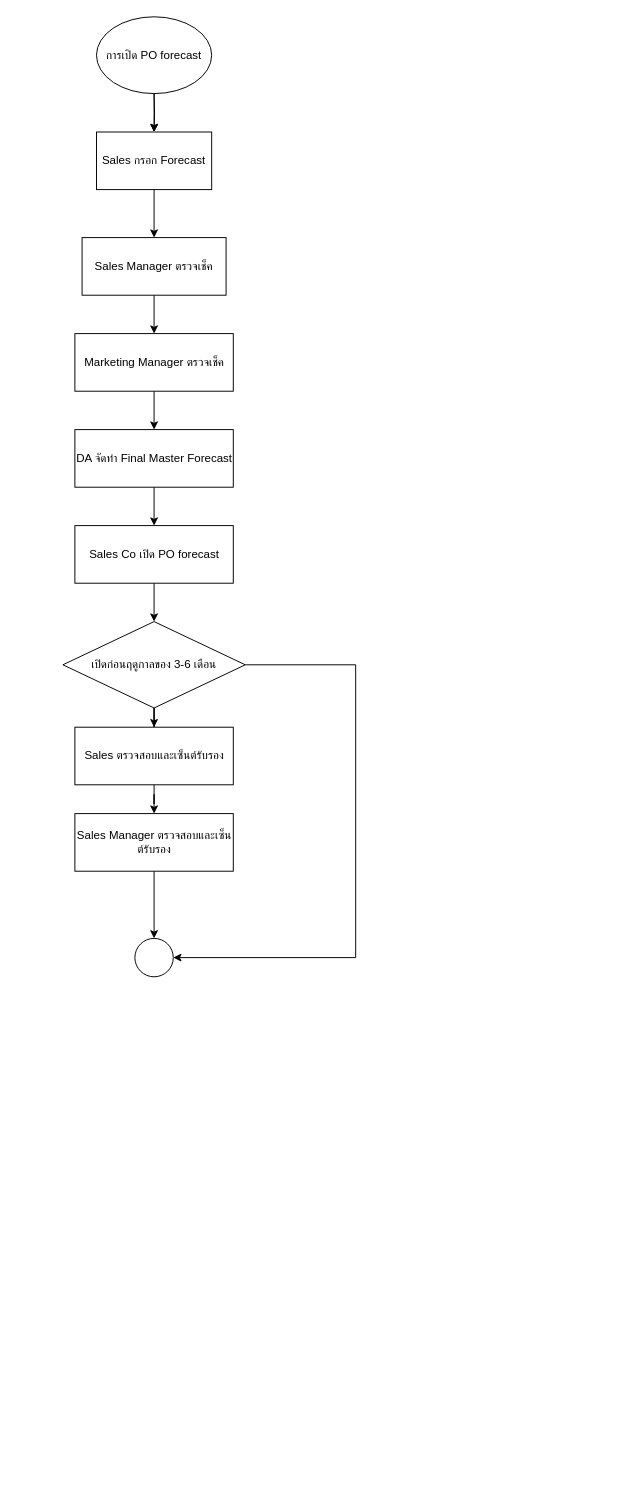
Before: Untitled Diagram.drawio in KitakanWiset/skills-introduction-to-github, a draw.io diagram. Source tidied: cells renumbered, new cells numbered last; positions are measured from the earlier drawing's top-left corner, leaving out a move shared by most shapes. Both pictures are drawn from the tidied source at 96%, with x=0, y=0 at pixel (62, 16).
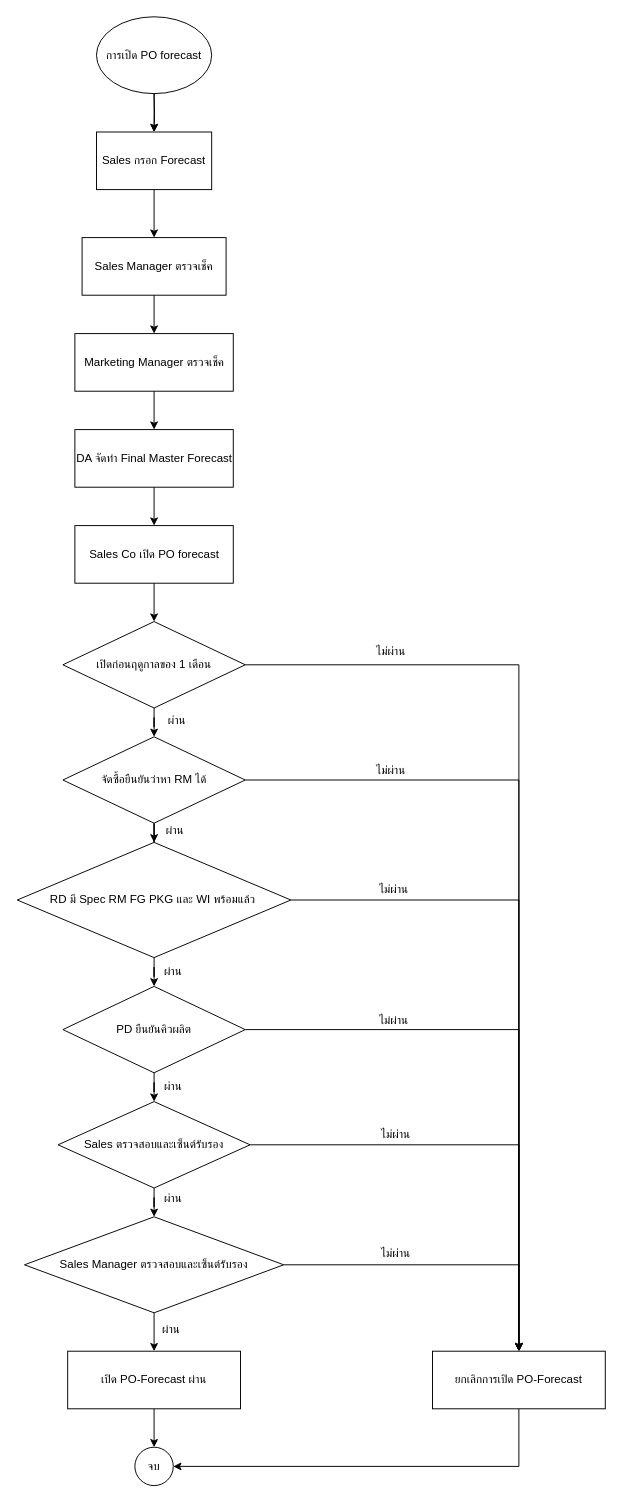
After the change.

Commit message:
Flow การเปิด PO-Forecast.drawio

The change refers to these unchanged cells:
```xml
<mxCell id="4" value="Sales กรอก Forecast" style="rounded=0;whiteSpace=wrap;html=1;" parent="1" vertex="1">
  <mxGeometry x="35" y="120" width="120" height="60" as="geometry" />
</mxCell>
<mxCell id="6" value="Sales Manager ตรวจเช็ค" style="rounded=0;whiteSpace=wrap;html=1;" parent="1" vertex="1">
  <mxGeometry x="20" y="230" width="150" height="60" as="geometry" />
</mxCell>
<mxCell id="8" value="Marketing Manager ตรวจเช็ค" style="rounded=0;whiteSpace=wrap;html=1;" parent="1" vertex="1">
  <mxGeometry x="12.5" y="330" width="165" height="60" as="geometry" />
</mxCell>
<mxCell id="10" value="DA จัดทำ Final Master Forecast" style="rounded=0;whiteSpace=wrap;html=1;" parent="1" vertex="1">
  <mxGeometry x="12.5" y="430" width="165" height="60" as="geometry" />
</mxCell>
<mxCell id="12" value="Sales Co เปิด PO forecast" style="rounded=0;whiteSpace=wrap;html=1;" parent="1" vertex="1">
  <mxGeometry x="12.5" y="530" width="165" height="60" as="geometry" />
</mxCell>
<mxCell id="17" value="การเปิด PO forecast" style="ellipse;whiteSpace=wrap;html=1;" parent="1" vertex="1">
  <mxGeometry x="35" width="120" height="80" as="geometry" />
</mxCell>
```

Change to the diagram source:
```diff
@@
-    <mxCell id="3" style="edgeStyle=orthogonalEdgeStyle;rounded=0;jettySize=auto;html=1;" parent="1" edge="1" source="4" target="6">
+    <mxCell id="3" style="edgeStyle=orthogonalEdgeStyle;rounded=0;jettySize=auto;html=1;strokeColor=light-dark(#000000,#000000);" parent="1" edge="1" source="4" target="6">
       <mxGeometry relative="1" as="geometry" />
     </mxCell>
@@
-    <mxCell id="7" style="edgeStyle=orthogonalEdgeStyle;rounded=0;jettySize=auto;html=1;" parent="1" edge="1" source="8" target="10">
+    <mxCell id="7" style="edgeStyle=orthogonalEdgeStyle;rounded=0;jettySize=auto;html=1;strokeColor=light-dark(#000000,#000000);" parent="1" edge="1" source="8" target="10">
       <mxGeometry relative="1" as="geometry" />
     </mxCell>
@@
-    <mxCell id="9" style="edgeStyle=orthogonalEdgeStyle;rounded=0;jettySize=auto;html=1;" parent="1" edge="1" source="10" target="12">
+    <mxCell id="9" style="edgeStyle=orthogonalEdgeStyle;rounded=0;jettySize=auto;html=1;strokeColor=light-dark(#000000,#000000);" parent="1" edge="1" source="10" target="12">
       <mxGeometry relative="1" as="geometry" />
     </mxCell>
@@
-    <mxCell id="13" style="edgeStyle=orthogonalEdgeStyle;rounded=0;jettySize=auto;html=1;entryX=1;entryY=0.5;entryDx=0;entryDy=0;" parent="1" edge="1" source="15" target="18">
-      <mxGeometry relative="1" as="geometry">
-        <Array as="points">
-          <mxPoint x="305" y="675" />
-          <mxPoint x="305" y="980" />
-        </Array>
-      </mxGeometry>
-    </mxCell>
-    <mxCell id="14" style="edgeStyle=orthogonalEdgeStyle;rounded=0;jettySize=auto;html=1;" parent="1" edge="1" source="15" target="20">
-      <mxGeometry relative="1" as="geometry" />
-    </mxCell>
+    <mxCell id="23" style="edgeStyle=orthogonalEdgeStyle;rounded=0;jettySize=auto;html=1;" parent="1" edge="1" source="15" target="27">
+      <mxGeometry relative="1" as="geometry" />
+    </mxCell>
+    <mxCell id="24" style="edgeStyle=orthogonalEdgeStyle;rounded=0;jettySize=auto;html=1;entryX=0.5;entryY=0;entryDx=0;entryDy=0;strokeColor=light-dark(#000000,#000000);" parent="1" edge="1" source="15" target="35">
+      <mxGeometry relative="1" as="geometry" />
+    </mxCell>
-    <mxCell id="15" value="เปิดก่อนฤดูกาลของ 3-6 เดือน" style="rhombus;whiteSpace=wrap;html=1;" parent="1" vertex="1">
+    <mxCell id="15" value="เปิดก่อนฤดูกาลของ 1 เดือน" style="rhombus;whiteSpace=wrap;html=1;" parent="1" vertex="1">
       <mxGeometry y="630" width="190" height="90" as="geometry" />
     </mxCell>
-    <mxCell id="16" style="edgeStyle=orthogonalEdgeStyle;rounded=0;jettySize=auto;html=1;" parent="1" edge="1" source="17" target="4">
+    <mxCell id="16" style="edgeStyle=orthogonalEdgeStyle;rounded=0;jettySize=auto;html=1;strokeColor=light-dark(#000000,#000000);" parent="1" edge="1" source="17" target="4">
       <mxGeometry relative="1" as="geometry" />
     </mxCell>
@@
-    <mxCell id="18" style="ellipse;whiteSpace=wrap;html=1;" parent="1" vertex="1">
-      <mxGeometry x="75" y="960" width="40" height="40" as="geometry" />
+    <mxCell id="18" value="จบ" style="ellipse;whiteSpace=wrap;html=1;" parent="1" vertex="1">
+      <mxGeometry x="75" y="1490" width="40" height="40" as="geometry" />
     </mxCell>
+    <mxCell id="25" style="edgeStyle=orthogonalEdgeStyle;rounded=0;jettySize=auto;html=1;" parent="1" edge="1" source="27" target="30">
+      <mxGeometry relative="1" as="geometry" />
+    </mxCell>
+    <mxCell id="26" style="edgeStyle=orthogonalEdgeStyle;rounded=0;jettySize=auto;html=1;entryX=0.5;entryY=0;entryDx=0;entryDy=0;strokeColor=light-dark(#000000,#000000);" parent="1" edge="1" source="27" target="35">
+      <mxGeometry relative="1" as="geometry" />
+    </mxCell>
+    <mxCell id="27" value="จัดซื้อยืนยันว่าหา RM ได้" style="rhombus;whiteSpace=wrap;html=1;" parent="1" vertex="1">
+      <mxGeometry y="750" width="190" height="90" as="geometry" />
+    </mxCell>
+    <mxCell id="28" style="edgeStyle=orthogonalEdgeStyle;rounded=0;jettySize=auto;html=1;" parent="1" edge="1" source="30" target="33">
+      <mxGeometry relative="1" as="geometry" />
+    </mxCell>
+    <mxCell id="29" style="edgeStyle=orthogonalEdgeStyle;rounded=0;jettySize=auto;html=1;entryX=0.5;entryY=0;entryDx=0;entryDy=0;strokeColor=light-dark(#000000,#000000);" parent="1" edge="1" source="30" target="35">
+      <mxGeometry relative="1" as="geometry" />
+    </mxCell>
+    <mxCell id="30" value="RD มี Spec RM FG PKG และ WI พร้อมแล้ว&amp;nbsp;" style="rhombus;whiteSpace=wrap;html=1;" parent="1" vertex="1">
+      <mxGeometry x="-47.5" y="860" width="285" height="120" as="geometry" />
+    </mxCell>
+    <mxCell id="31" style="edgeStyle=orthogonalEdgeStyle;rounded=0;jettySize=auto;html=1;" parent="1" edge="1" source="33" target="20">
+      <mxGeometry relative="1" as="geometry" />
+    </mxCell>
+    <mxCell id="32" style="edgeStyle=orthogonalEdgeStyle;rounded=0;jettySize=auto;html=1;entryX=0.5;entryY=0;entryDx=0;entryDy=0;strokeColor=light-dark(#000000,#000000);" parent="1" edge="1" source="33" target="35">
+      <mxGeometry relative="1" as="geometry" />
+    </mxCell>
+    <mxCell id="33" value="PD ยืนยันคิวผลิต" style="rhombus;whiteSpace=wrap;html=1;" parent="1" vertex="1">
+      <mxGeometry y="1010" width="190" height="90" as="geometry" />
+    </mxCell>
+    <mxCell id="34" style="edgeStyle=orthogonalEdgeStyle;rounded=0;jettySize=auto;html=1;entryX=1;entryY=0.5;entryDx=0;entryDy=0;" parent="1" edge="1" source="35" target="18">
+      <mxGeometry relative="1" as="geometry">
+        <Array as="points">
+          <mxPoint x="475" y="1510" />
+        </Array>
+      </mxGeometry>
+    </mxCell>
+    <mxCell id="35" value="ยกเลิกการเปิด PO-Forecast" style="rounded=0;whiteSpace=wrap;html=1;" parent="1" vertex="1">
+      <mxGeometry x="385" y="1390" width="180" height="60" as="geometry" />
+    </mxCell>
@@
+    <mxCell id="36" style="edgeStyle=orthogonalEdgeStyle;rounded=0;jettySize=auto;html=1;entryX=0.5;entryY=0;entryDx=0;entryDy=0;strokeColor=light-dark(#000000,#000000);" parent="1" edge="1" source="20" target="35">
+      <mxGeometry relative="1" as="geometry" />
+    </mxCell>
-    <mxCell id="20" value="Sales ตรวจสอบและเซ็นต์รับรอง" style="rounded=0;whiteSpace=wrap;html=1;" parent="1" vertex="1">
-      <mxGeometry x="12.5" y="740" width="165" height="60" as="geometry" />
+    <mxCell id="20" value="Sales ตรวจสอบและเซ็นต์รับรอง" style="rhombus;whiteSpace=wrap;html=1;" parent="1" vertex="1">
+      <mxGeometry x="-5" y="1130" width="200" height="90" as="geometry" />
     </mxCell>
-    <mxCell id="21" style="edgeStyle=orthogonalEdgeStyle;rounded=0;jettySize=auto;html=1;" parent="1" edge="1" source="22" target="18">
-      <mxGeometry relative="1" as="geometry" />
-    </mxCell>
+    <mxCell id="37" style="edgeStyle=orthogonalEdgeStyle;rounded=0;jettySize=auto;html=1;" parent="1" edge="1" source="22" target="40">
+      <mxGeometry relative="1" as="geometry" />
+    </mxCell>
+    <mxCell id="38" style="edgeStyle=orthogonalEdgeStyle;rounded=0;jettySize=auto;html=1;entryX=0.5;entryY=0;entryDx=0;entryDy=0;strokeColor=light-dark(#000000,#000000);" parent="1" edge="1" source="22" target="35">
+      <mxGeometry relative="1" as="geometry">
+        <Array as="points">
+          <mxPoint x="475" y="1300" />
+        </Array>
+      </mxGeometry>
+    </mxCell>
-    <mxCell id="22" value="Sales Manager ตรวจสอบและเซ็นต์รับรอง" style="rounded=0;whiteSpace=wrap;html=1;" parent="1" vertex="1">
-      <mxGeometry x="12.5" y="830" width="165" height="60" as="geometry" />
+    <mxCell id="22" value="Sales Manager ตรวจสอบและเซ็นต์รับรอง" style="rhombus;whiteSpace=wrap;html=1;" parent="1" vertex="1">
+      <mxGeometry x="-40" y="1250" width="270" height="100" as="geometry" />
     </mxCell>
+    <mxCell id="39" style="edgeStyle=orthogonalEdgeStyle;rounded=0;jettySize=auto;html=1;" parent="1" edge="1" source="40" target="18">
+      <mxGeometry relative="1" as="geometry" />
+    </mxCell>
+    <mxCell id="40" value="เปิด PO-Forecast ผ่าน" style="rounded=0;whiteSpace=wrap;html=1;" parent="1" vertex="1">
+      <mxGeometry x="5" y="1390" width="180" height="60" as="geometry" />
+    </mxCell>
+    <mxCell id="41" value="ผ่าน" style="text;html=1;align=center;verticalAlign=middle;whiteSpace=wrap;rounded=0;" parent="1" vertex="1">
+      <mxGeometry x="89" y="718" width="60" height="30" as="geometry" />
+    </mxCell>
+    <mxCell id="42" value="ผ่าน" style="text;html=1;align=center;verticalAlign=middle;whiteSpace=wrap;rounded=0;" parent="1" vertex="1">
+      <mxGeometry x="87" y="833" width="60" height="30" as="geometry" />
+    </mxCell>
+    <mxCell id="43" value="ผ่าน" style="text;html=1;align=center;verticalAlign=middle;whiteSpace=wrap;rounded=0;" parent="1" vertex="1">
+      <mxGeometry x="85" y="980" width="60" height="30" as="geometry" />
+    </mxCell>
+    <mxCell id="44" value="ผ่าน" style="text;html=1;align=center;verticalAlign=middle;whiteSpace=wrap;rounded=0;" parent="1" vertex="1">
+      <mxGeometry x="85" y="1099" width="60" height="30" as="geometry" />
+    </mxCell>
+    <mxCell id="45" value="ผ่าน" style="text;html=1;align=center;verticalAlign=middle;whiteSpace=wrap;rounded=0;" parent="1" vertex="1">
+      <mxGeometry x="85" y="1216" width="60" height="30" as="geometry" />
+    </mxCell>
+    <mxCell id="46" value="ผ่าน" style="text;html=1;align=center;verticalAlign=middle;whiteSpace=wrap;rounded=0;" parent="1" vertex="1">
+      <mxGeometry x="83" y="1353" width="60" height="30" as="geometry" />
+    </mxCell>
+    <mxCell id="47" value="ไม่&lt;span style=&quot;background-color: transparent; color: light-dark(rgb(0, 0, 0), rgb(255, 255, 255));&quot;&gt;ผ่าน&lt;/span&gt;" style="text;html=1;align=center;verticalAlign=middle;whiteSpace=wrap;rounded=0;" parent="1" vertex="1">
+      <mxGeometry x="312" y="646" width="60" height="30" as="geometry" />
+    </mxCell>
+    <mxCell id="48" value="ไม่&lt;span style=&quot;background-color: transparent; color: light-dark(rgb(0, 0, 0), rgb(255, 255, 255));&quot;&gt;ผ่าน&lt;/span&gt;" style="text;html=1;align=center;verticalAlign=middle;whiteSpace=wrap;rounded=0;" parent="1" vertex="1">
+      <mxGeometry x="312" y="770" width="60" height="30" as="geometry" />
+    </mxCell>
+    <mxCell id="49" value="ไม่&lt;span style=&quot;background-color: transparent; color: light-dark(rgb(0, 0, 0), rgb(255, 255, 255));&quot;&gt;ผ่าน&lt;/span&gt;" style="text;html=1;align=center;verticalAlign=middle;whiteSpace=wrap;rounded=0;" parent="1" vertex="1">
+      <mxGeometry x="315" y="894" width="60" height="30" as="geometry" />
+    </mxCell>
+    <mxCell id="50" value="ไม่&lt;span style=&quot;background-color: transparent; color: light-dark(rgb(0, 0, 0), rgb(255, 255, 255));&quot;&gt;ผ่าน&lt;/span&gt;" style="text;html=1;align=center;verticalAlign=middle;whiteSpace=wrap;rounded=0;" parent="1" vertex="1">
+      <mxGeometry x="315" y="1031" width="60" height="30" as="geometry" />
+    </mxCell>
+    <mxCell id="51" value="ไม่&lt;span style=&quot;background-color: transparent; color: light-dark(rgb(0, 0, 0), rgb(255, 255, 255));&quot;&gt;ผ่าน&lt;/span&gt;" style="text;html=1;align=center;verticalAlign=middle;whiteSpace=wrap;rounded=0;" parent="1" vertex="1">
+      <mxGeometry x="317" y="1149" width="60" height="30" as="geometry" />
+    </mxCell>
+    <mxCell id="52" value="ไม่&lt;span style=&quot;background-color: transparent; color: light-dark(rgb(0, 0, 0), rgb(255, 255, 255));&quot;&gt;ผ่าน&lt;/span&gt;" style="text;html=1;align=center;verticalAlign=middle;whiteSpace=wrap;rounded=0;" parent="1" vertex="1">
+      <mxGeometry x="317" y="1273" width="60" height="30" as="geometry" />
+    </mxCell>
```
